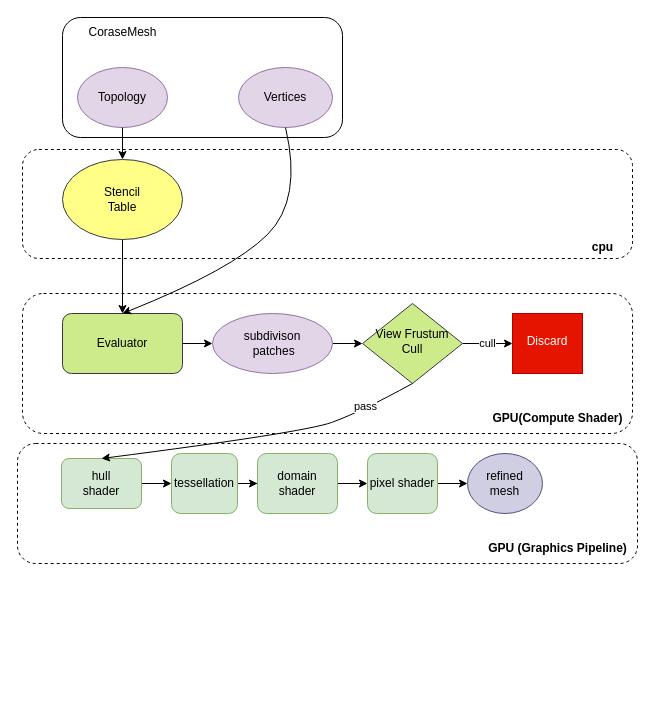
Above: subd.drawio in killroshan/visio_chart (draw.io), before the change. Source tidied: cells renumbered, new cells numbered last; positions are measured from the earlier drawing's top-left corner, leaving out a move shared by most shapes. Both pictures are drawn from the tidied source at 100%, with x=0, y=0 at pixel (17, 17).
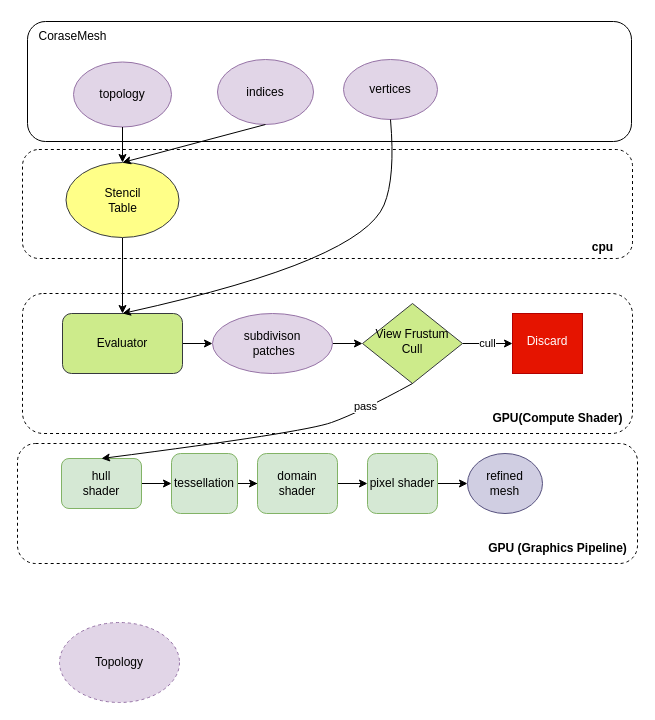
After the change.

Unchanged cells that the change refers to:
```xml
<mxCell id="17" value="Evaluator" style="rounded=1;whiteSpace=wrap;html=1;fillColor=#cdeb8b;strokeColor=#36393d;" parent="1" vertex="1">
  <mxGeometry x="45" y="296" width="120" height="60" as="geometry" />
</mxCell>
```

What changed in the source:
```diff
@@
     <mxCell id="5" style="rounded=1;whiteSpace=wrap;html=1;" parent="1" vertex="1">
-      <mxGeometry x="45" width="280" height="120" as="geometry" />
+      <mxGeometry x="10" y="4" width="604" height="120" as="geometry" />
     </mxCell>
@@
-    <mxCell id="10" value="Topology" style="ellipse;whiteSpace=wrap;html=1;fillColor=#e1d5e7;strokeColor=#9673a6;" parent="1" vertex="1">
-      <mxGeometry x="60" y="50" width="90" height="60" as="geometry" />
+    <mxCell id="10" value="topology" style="ellipse;whiteSpace=wrap;html=1;fillColor=#e1d5e7;strokeColor=#9673a6;" parent="1" vertex="1">
+      <mxGeometry x="56" y="44.5" width="98" height="65" as="geometry" />
     </mxCell>
-    <mxCell id="11" value="Vertices" style="ellipse;whiteSpace=wrap;html=1;fillColor=#e1d5e7;strokeColor=#9673a6;" parent="1" vertex="1">
-      <mxGeometry x="221" y="50" width="94" height="60" as="geometry" />
+    <mxCell id="11" value="vertices" style="ellipse;whiteSpace=wrap;html=1;fillColor=#e1d5e7;strokeColor=#9673a6;" parent="1" vertex="1">
+      <mxGeometry x="326" y="42" width="94" height="60" as="geometry" />
     </mxCell>
     <mxCell id="12" value="CoraseMesh" style="text;html=1;align=center;verticalAlign=middle;strokeColor=none;fillColor=none;" parent="1" vertex="1">
-      <mxGeometry x="60" width="90" height="30" as="geometry" />
+      <mxGeometry x="10" y="4" width="90" height="30" as="geometry" />
     </mxCell>
@@
     <mxCell id="14" value="Stencil&lt;br&gt;Table" style="ellipse;whiteSpace=wrap;html=1;fillColor=#ffff88;strokeColor=#36393d;" parent="1" vertex="1">
-      <mxGeometry x="45" y="142" width="120" height="80" as="geometry" />
+      <mxGeometry x="48.5" y="145" width="113" height="75" as="geometry" />
     </mxCell>
@@
     <mxCell id="18" style="curved=1;endArrow=classic;html=1;rounded=0;exitX=0.5;exitY=1;exitDx=0;exitDy=0;entryX=0.5;entryY=0;entryDx=0;entryDy=0;" parent="1" edge="1" source="11" target="17">
       <mxGeometry relative="1" as="geometry">
         <Array as="points">
-          <mxPoint x="285" y="182" />
-          <mxPoint x="215" y="252" />
+          <mxPoint x="378" y="160" />
+          <mxPoint x="355" y="215" />
+          <mxPoint x="231" y="268" />
         </Array>
       </mxGeometry>
     </mxCell>
@@
+    <mxCell id="34" value="Topology" style="ellipse;whiteSpace=wrap;html=1;dashed=1;fillColor=#e1d5e7;strokeColor=#9673a6;" parent="1" vertex="1">
+      <mxGeometry x="42" y="605" width="120" height="80" as="geometry" />
+    </mxCell>
+    <mxCell id="35" value="indices" style="ellipse;whiteSpace=wrap;html=1;fillColor=#e1d5e7;strokeColor=#9673a6;" parent="1" vertex="1">
+      <mxGeometry x="200" y="42" width="96" height="65" as="geometry" />
+    </mxCell>
+    <mxCell id="36" style="endArrow=classic;html=1;rounded=0;exitX=0.5;exitY=1;exitDx=0;exitDy=0;entryX=0.5;entryY=0;entryDx=0;entryDy=0;" parent="1" edge="1" source="35" target="14">
+      <mxGeometry relative="1" as="geometry" />
+    </mxCell>
```
